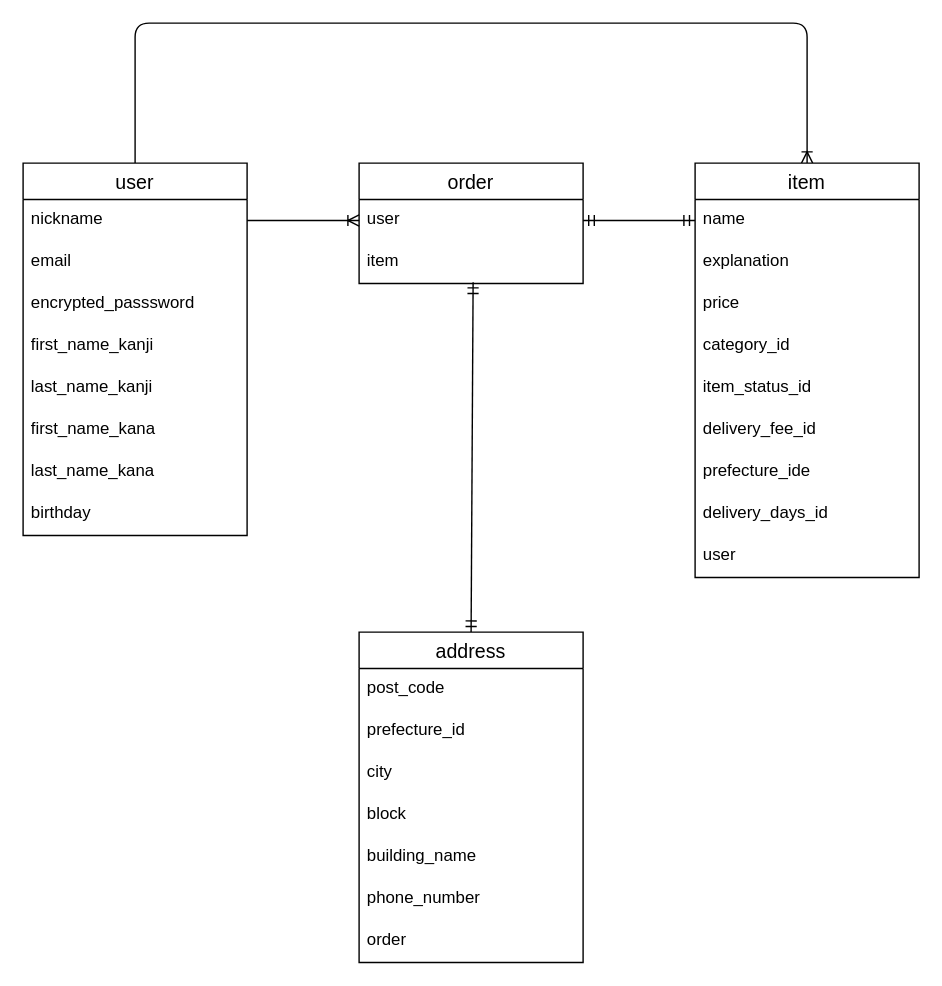
This is furima-40819.dio from Masapex089/furima-40819, a draw.io file, before an edit. Source tidied: cells renumbered, new cells numbered last; positions are measured from the earlier drawing's top-left corner, leaving out a move shared by most shapes. Both pictures are drawn from the tidied source at 140%, with x=0, y=0 at pixel (22, 22).
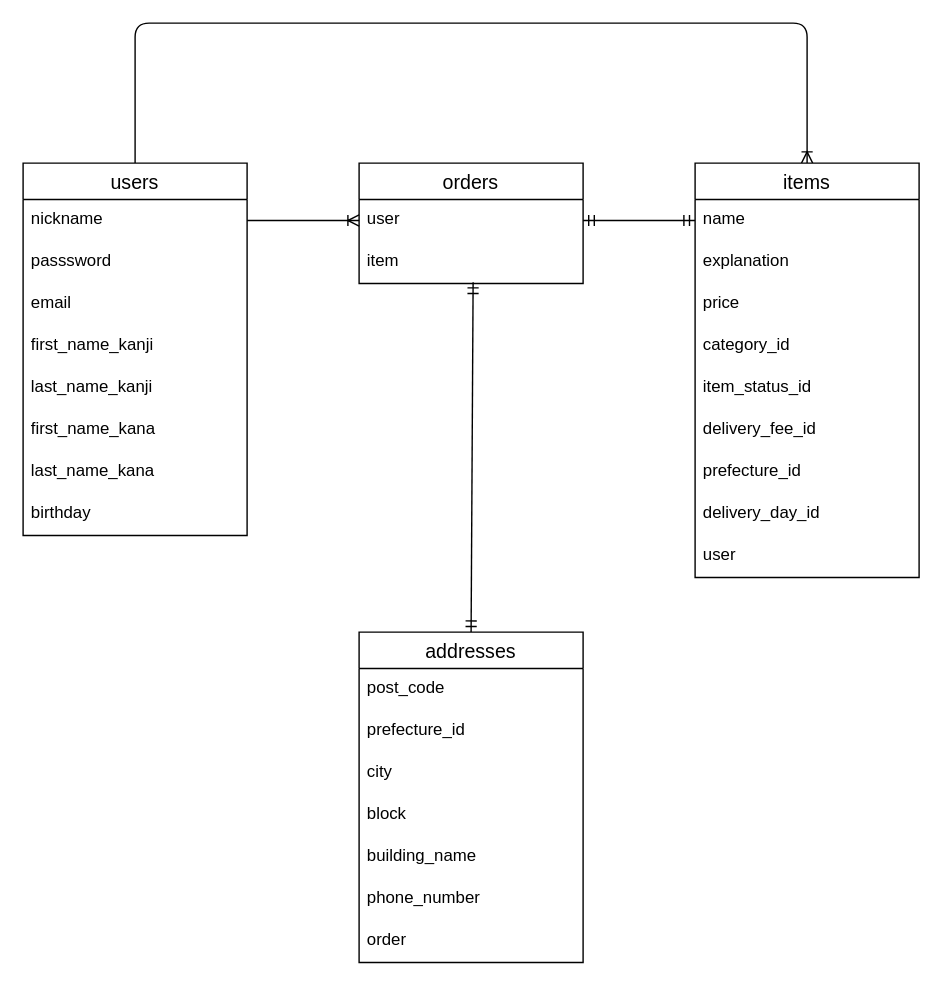
Above is the later version.

Change to the diagram source:
```diff
@@
-    <mxCell id="3" value="user" style="swimlane;fontStyle=0;horizontal=1;startSize=26;align=center;fontSize=14;" parent="1" vertex="1">
+    <mxCell id="3" value="users" style="swimlane;fontStyle=0;horizontal=1;startSize=26;align=center;fontSize=14;" parent="1" vertex="1">
       <mxGeometry y="100" width="160" height="266" as="geometry" />
     </mxCell>
@@
+    <mxCell id="6" value="passsword" style="text;strokeColor=none;fillColor=none;spacingLeft=4;spacingRight=4;overflow=hidden;fontSize=12;" parent="3" vertex="1">
+      <mxGeometry y="56" width="160" height="30" as="geometry" />
+    </mxCell>
     <mxCell id="5" value="email" style="text;strokeColor=none;fillColor=none;spacingLeft=4;spacingRight=4;overflow=hidden;fontSize=12;" parent="3" vertex="1">
-      <mxGeometry y="56" width="160" height="30" as="geometry" />
+      <mxGeometry y="86" width="160" height="30" as="geometry" />
     </mxCell>
-    <mxCell id="6" value="encrypted_passsword" style="text;strokeColor=none;fillColor=none;spacingLeft=4;spacingRight=4;overflow=hidden;fontSize=12;" parent="3" vertex="1">
-      <mxGeometry y="86" width="160" height="30" as="geometry" />
-    </mxCell>
@@
-    <mxCell id="12" value="order" style="swimlane;fontStyle=0;horizontal=1;startSize=26;align=center;fontSize=14;" parent="1" vertex="1">
+    <mxCell id="12" value="orders" style="swimlane;fontStyle=0;horizontal=1;startSize=26;align=center;fontSize=14;" parent="1" vertex="1">
       <mxGeometry x="240" y="100" width="160" height="86" as="geometry" />
     </mxCell>
@@
-    <mxCell id="15" value="item" style="swimlane;fontStyle=0;horizontal=1;startSize=26;align=center;fontSize=14;" parent="1" vertex="1">
+    <mxCell id="15" value="items" style="swimlane;fontStyle=0;horizontal=1;startSize=26;align=center;fontSize=14;" parent="1" vertex="1">
       <mxGeometry x="480" y="100" width="160" height="296" as="geometry" />
     </mxCell>
@@
-    <mxCell id="22" value="prefecture_ide" style="text;strokeColor=none;fillColor=none;spacingLeft=4;spacingRight=4;overflow=hidden;fontSize=12;" parent="15" vertex="1">
+    <mxCell id="22" value="prefecture_id" style="text;strokeColor=none;fillColor=none;spacingLeft=4;spacingRight=4;overflow=hidden;fontSize=12;" parent="15" vertex="1">
       <mxGeometry y="206" width="160" height="30" as="geometry" />
     </mxCell>
-    <mxCell id="23" value="delivery_days_id" style="text;strokeColor=none;fillColor=none;spacingLeft=4;spacingRight=4;overflow=hidden;fontSize=12;" parent="15" vertex="1">
+    <mxCell id="23" value="delivery_day_id" style="text;strokeColor=none;fillColor=none;spacingLeft=4;spacingRight=4;overflow=hidden;fontSize=12;" parent="15" vertex="1">
       <mxGeometry y="236" width="160" height="30" as="geometry" />
     </mxCell>
@@
-    <mxCell id="25" value="address" style="swimlane;fontStyle=0;horizontal=1;startSize=26;align=center;fontSize=14;" parent="1" vertex="1">
+    <mxCell id="25" value="addresses" style="swimlane;fontStyle=0;horizontal=1;startSize=26;align=center;fontSize=14;" parent="1" vertex="1">
       <mxGeometry x="240" y="435" width="160" height="236" as="geometry" />
     </mxCell>
```
